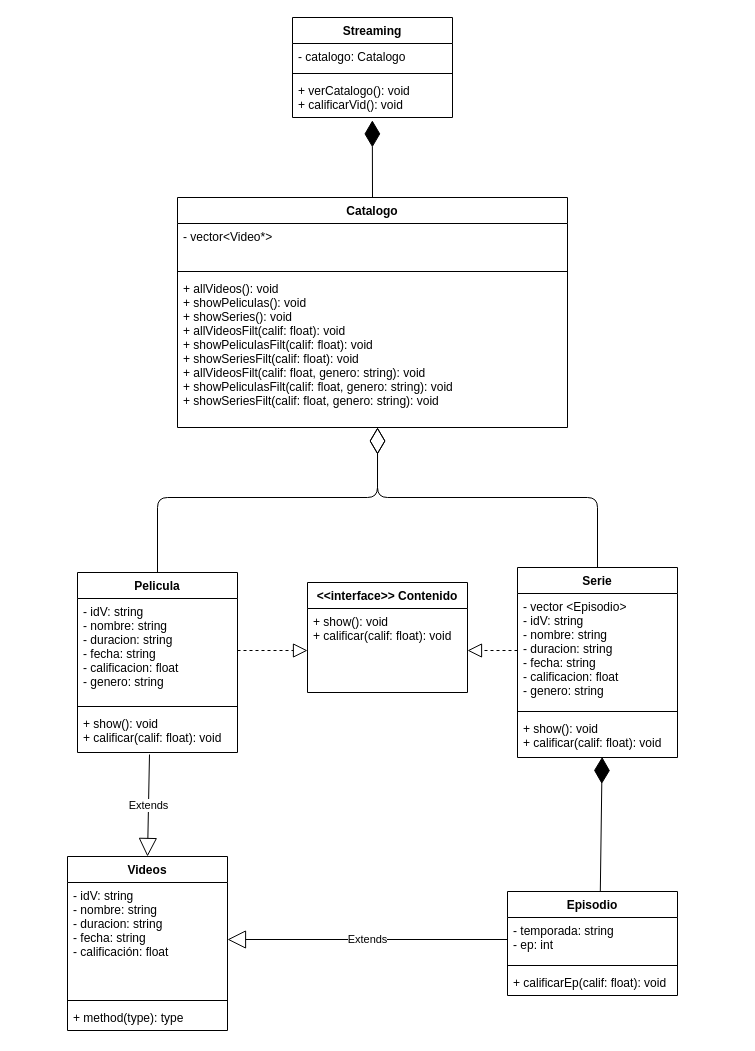
The draw.io diagram streaming 2.drawio in A01750658/proyecto_cpp, before the edit. Source tidied: cells renumbered, new cells numbered last; positions are measured from the earlier drawing's top-left corner, leaving out a move shared by most shapes. Both pictures are drawn from the tidied source at 100%, with x=0, y=0 at pixel (67, 17).
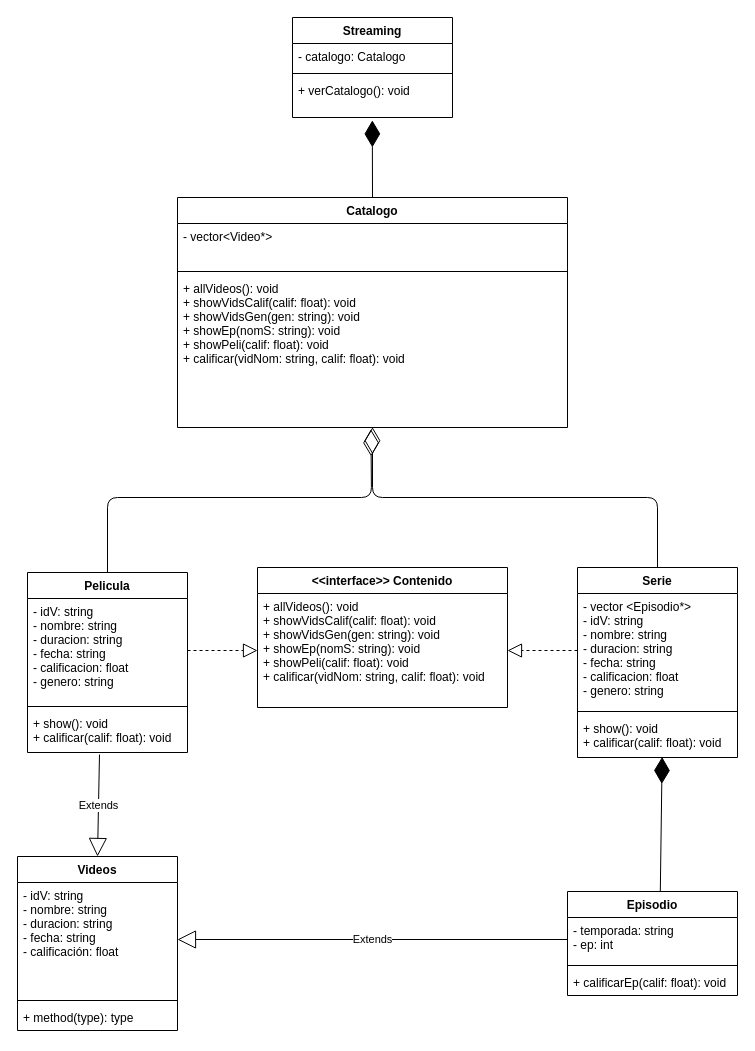
After the change.

Commit message:
Fin UML

The change refers to these unchanged cells:
```xml
<mxCell id="3" value="Catalogo" style="swimlane;fontStyle=1;align=center;verticalAlign=top;horizontal=1;startSize=26;" parent="1" vertex="1">
  <mxGeometry x="110" y="180" width="390" height="230" as="geometry" />
</mxCell>
<mxCell id="10" value="Streaming" style="swimlane;fontStyle=1;align=center;verticalAlign=top;horizontal=1;startSize=26;" parent="1" vertex="1">
  <mxGeometry x="225" width="160" height="100" as="geometry" />
</mxCell>
```

The edit, as a diff of the source:
```diff
@@
-    <mxCell id="6" value="+ allVideos(): void&#10;+ showPeliculas(): void&#10;+ showSeries(): void&#10;+ allVideosFilt(calif: float): void&#10;+ showPeliculasFilt(calif: float): void&#10;+ showSeriesFilt(calif: float): void&#10;+ allVideosFilt(calif: float, genero: string): void&#10;+ showPeliculasFilt(calif: float, genero: string): void&#10;+ showSeriesFilt(calif: float, genero: string): void" style="text;strokeColor=none;fillColor=none;align=left;verticalAlign=top;spacingLeft=4;spacingRight=4;overflow=hidden;points=[[0,0.5],[1,0.5]];portConstraint=eastwest;" parent="3" vertex="1">
+    <mxCell id="6" value="+ allVideos(): void&#10;+ showVidsCalif(calif: float): void&#10;+ showVidsGen(gen: string): void&#10;+ showEp(nomS: string): void&#10;+ showPeli(calif: float): void&#10;+ calificar(vidNom: string, calif: float): void" style="text;strokeColor=none;fillColor=none;align=left;verticalAlign=top;spacingLeft=4;spacingRight=4;overflow=hidden;points=[[0,0.5],[1,0.5]];portConstraint=eastwest;" parent="3" vertex="1">
       <mxGeometry y="78" width="390" height="152" as="geometry" />
     </mxCell>
     <mxCell id="7" value="&lt;&lt;interface&gt;&gt; Contenido" style="swimlane;fontStyle=1;align=center;verticalAlign=top;horizontal=1;startSize=26;" parent="1" vertex="1">
-      <mxGeometry x="240" y="565" width="160" height="110" as="geometry" />
+      <mxGeometry x="190" y="550" width="250" height="140" as="geometry" />
     </mxCell>
-    <mxCell id="8" value="+ show(): void&#10;+ calificar(calif: float): void&#10;" style="text;strokeColor=none;fillColor=none;align=left;verticalAlign=top;spacingLeft=4;spacingRight=4;overflow=hidden;points=[[0,0.5],[1,0.5]];portConstraint=eastwest;" parent="7" vertex="1">
-      <mxGeometry y="26" width="160" height="84" as="geometry" />
+    <mxCell id="8" value="+ allVideos(): void&#10;+ showVidsCalif(calif: float): void&#10;+ showVidsGen(gen: string): void&#10;+ showEp(nomS: string): void&#10;+ showPeli(calif: float): void&#10;+ calificar(vidNom: string, calif: float): void" style="text;strokeColor=none;fillColor=none;align=left;verticalAlign=top;spacingLeft=4;spacingRight=4;overflow=hidden;points=[[0,0.5],[1,0.5]];portConstraint=eastwest;" parent="7" vertex="1">
+      <mxGeometry y="26" width="250" height="114" as="geometry" />
     </mxCell>
@@
-    <mxCell id="13" value="+ verCatalogo(): void&#10;+ calificarVid(): void" style="text;strokeColor=none;fillColor=none;align=left;verticalAlign=top;spacingLeft=4;spacingRight=4;overflow=hidden;points=[[0,0.5],[1,0.5]];portConstraint=eastwest;" parent="10" vertex="1">
+    <mxCell id="13" value="+ verCatalogo(): void" style="text;strokeColor=none;fillColor=none;align=left;verticalAlign=top;spacingLeft=4;spacingRight=4;overflow=hidden;points=[[0,0.5],[1,0.5]];portConstraint=eastwest;" parent="10" vertex="1">
       <mxGeometry y="60" width="160" height="40" as="geometry" />
     </mxCell>
     <mxCell id="14" value="Pelicula" style="swimlane;fontStyle=1;align=center;verticalAlign=top;horizontal=1;startSize=26;" parent="1" vertex="1">
-      <mxGeometry x="10" y="555" width="160" height="180" as="geometry" />
+      <mxGeometry x="-40" y="555" width="160" height="180" as="geometry" />
     </mxCell>
@@
     <mxCell id="18" value="Serie" style="swimlane;fontStyle=1;align=center;verticalAlign=top;horizontal=1;startSize=26;" parent="1" vertex="1">
-      <mxGeometry x="450" y="550" width="160" height="190" as="geometry" />
+      <mxGeometry x="510" y="550" width="160" height="190" as="geometry" />
     </mxCell>
-    <mxCell id="19" value="- vector &lt;Episodio&gt;&#10;- idV: string&#10;- nombre: string&#10;- duracion: string&#10;- fecha: string&#10;- calificacion: float&#10;- genero: string" style="text;strokeColor=none;fillColor=none;align=left;verticalAlign=top;spacingLeft=4;spacingRight=4;overflow=hidden;points=[[0,0.5],[1,0.5]];portConstraint=eastwest;" parent="18" vertex="1">
+    <mxCell id="19" value="- vector &lt;Episodio*&gt;&#10;- idV: string&#10;- nombre: string&#10;- duracion: string&#10;- fecha: string&#10;- calificacion: float&#10;- genero: string" style="text;strokeColor=none;fillColor=none;align=left;verticalAlign=top;spacingLeft=4;spacingRight=4;overflow=hidden;points=[[0,0.5],[1,0.5]];portConstraint=eastwest;" parent="18" vertex="1">
       <mxGeometry y="26" width="160" height="114" as="geometry" />
     </mxCell>
@@
     <mxCell id="22" value="Episodio" style="swimlane;fontStyle=1;align=center;verticalAlign=top;horizontal=1;startSize=26;" parent="1" vertex="1">
-      <mxGeometry x="440" y="874" width="170" height="104" as="geometry" />
+      <mxGeometry x="500" y="874" width="170" height="104" as="geometry" />
     </mxCell>
@@
     <mxCell id="26" value="Videos" style="swimlane;fontStyle=1;align=center;verticalAlign=top;horizontal=1;startSize=26;" parent="1" vertex="1">
-      <mxGeometry y="839" width="160" height="174" as="geometry" />
+      <mxGeometry x="-50" y="839" width="160" height="174" as="geometry" />
     </mxCell>
@@
-    <mxCell id="34" style="endArrow=diamondThin;endFill=0;endSize=24;html=1;exitX=0.5;exitY=0;exitDx=0;exitDy=0;entryX=0.513;entryY=1;entryDx=0;entryDy=0;entryPerimeter=0;" parent="1" edge="1" source="14" target="6">
+    <mxCell id="34" style="endArrow=diamondThin;endFill=0;endSize=24;html=1;exitX=0.5;exitY=0;exitDx=0;exitDy=0;entryX=0.496;entryY=1.012;entryDx=0;entryDy=0;entryPerimeter=0;" parent="1" edge="1" source="14" target="6">
       <mxGeometry relative="1" as="geometry">
         <Array as="points">
-          <mxPoint x="90" y="480" />
-          <mxPoint x="310" y="480" />
+          <mxPoint x="40" y="480" />
+          <mxPoint x="304" y="480" />
         </Array>
       </mxGeometry>
     </mxCell>
-    <mxCell id="35" style="endArrow=diamondThin;endFill=0;endSize=24;html=1;" parent="1" edge="1">
+    <mxCell id="35" style="endArrow=diamondThin;endFill=0;endSize=24;html=1;exitX=0.5;exitY=0;exitDx=0;exitDy=0;entryX=0.5;entryY=0.998;entryDx=0;entryDy=0;entryPerimeter=0;" parent="1" edge="1" source="18" target="6">
       <mxGeometry relative="1" as="geometry">
-        <mxPoint x="530" y="550" as="sourcePoint" />
-        <mxPoint x="310" y="410" as="targetPoint" />
         <Array as="points">
-          <mxPoint x="530" y="480" />
-          <mxPoint x="310" y="480" />
+          <mxPoint x="590" y="480" />
+          <mxPoint x="305" y="480" />
         </Array>
       </mxGeometry>
     </mxCell>
```
